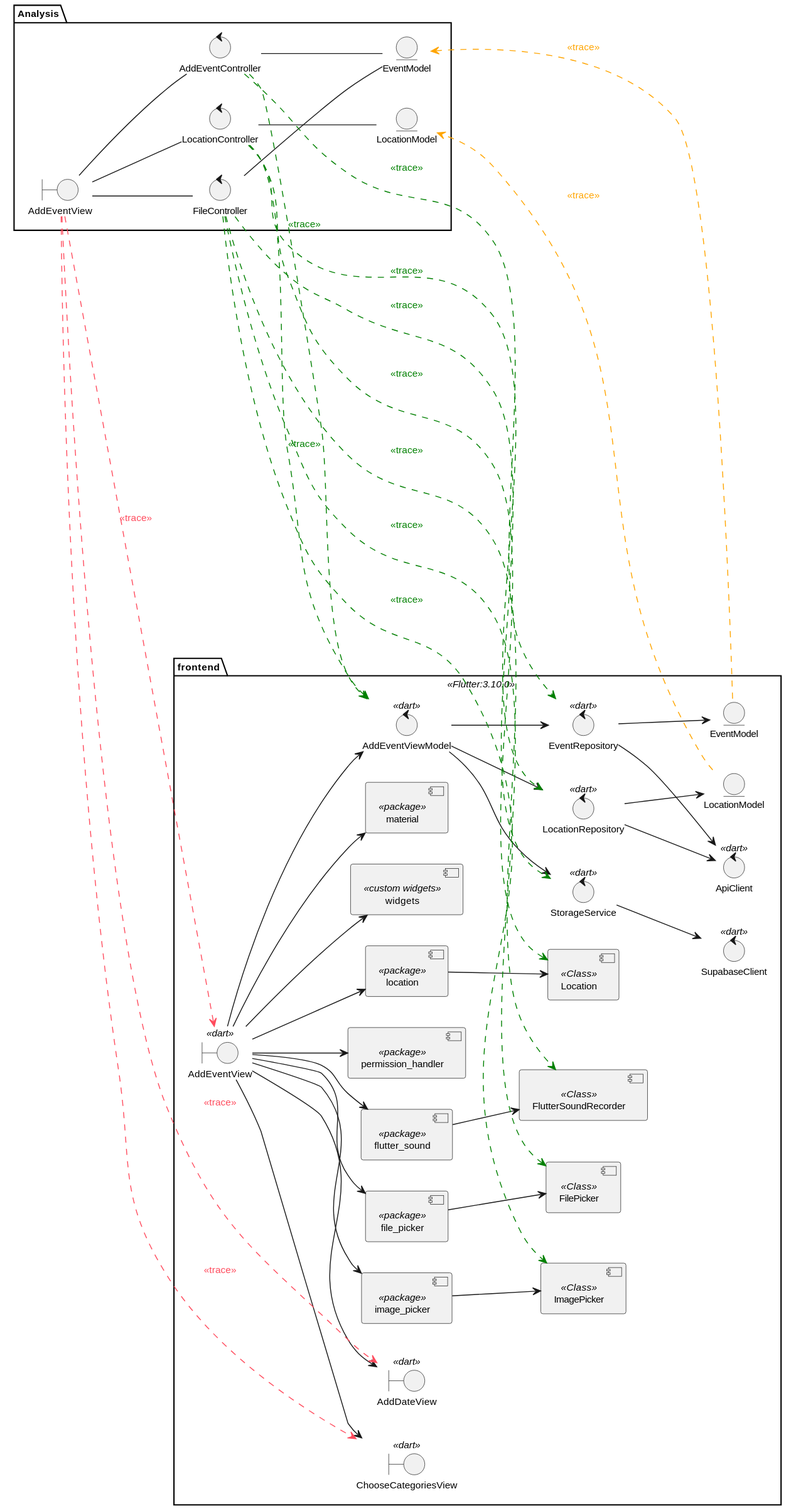
valeraruggierotesisucv/tesis-frameworks-mobile-diagrams keeps this PlantUML diagram as Diseño/Flutter/UC 6 Diseño/diagramas/TraceAnalysisClassDiagram.svg. Above is the earlier version. Its diagram source:
```plantuml
@startuml
skinparam style strictuml
left to right direction
skinparam defaultTextAlignment center
skinparam defaultFontSize 11



package Analysis {
    entity "EventModel" as eventModelAnalysis
    entity "LocationModel" as locationModelAnalysis

    boundary "AddEventView" as addEventViewAnalysis

    control "FileController" as fileController
    control "AddEventController" as addEventController
    control "LocationController" as locationController

    addEventViewAnalysis -- addEventController
    addEventViewAnalysis -- locationController
    addEventViewAnalysis -- fileController

    addEventController -- eventModelAnalysis
    fileController -- eventModelAnalysis
    locationController -- locationModelAnalysis
}

package frontend <<Flutter:3.10.0>>{
    boundary "AddEventView" as addEventView << dart >>
    boundary "AddDateView" as addDateView << dart >>
    boundary "ChooseCategoriesView" as chooseCategoriesView << dart >>

    component "widgets" as widgets <<custom widgets>>
    component "material" as material <<package>>
    component "location" as locationPackage <<package>>
    component "file_picker" as flutterFilePicker <<package>>
    component "flutter_sound" as flutterSound <<package>>
    component "permission_handler" as permissionHandler <<package>>
    component "image_picker" as flutterImagePicker <<package>>

    component "Location" as location <<Class>>
    component "FilePicker" as filePicker <<Class>>
    component "FlutterSoundRecorder" as flutterSoundRecorder <<Class>>
    component "ImagePicker" as imagePicker <<Class>>

    control "EventRepository" as eventRepository << dart >>
    control "LocationRepository" as locationRepository << dart >>
    control "StorageService" as storageService << dart >>

    control "ApiClient" as apiClient << dart >>
    control "SupabaseClient" as supabaseClient << dart >>
    control "AddEventViewModel" as addEventViewModel << dart >>

    entity "EventModel" as eventModel
    entity "LocationModel" as locationModel
}




addEventView --> addDateView
addEventView --> chooseCategoriesView
addEventView --> widgets
addEventView --> material
addEventView --> locationPackage
addEventView --> flutterFilePicker
addEventView --> flutterSound
addEventView --> permissionHandler
addEventView --> flutterImagePicker
addEventView --> addEventViewModel

addEventViewModel --> eventRepository
addEventViewModel --> locationRepository
addEventViewModel --> storageService

eventRepository --> apiClient
eventRepository --> eventModel

locationRepository --> apiClient
locationRepository --> locationModel

storageService --> supabaseClient

locationPackage --> location
flutterFilePicker --> filePicker
flutterSound --> flutterSoundRecorder
flutterImagePicker --> imagePicker

addEventViewAnalysis .[#ff4b5d].> addEventView : <font color=#ff4b5d><<trace>></font>
addEventViewAnalysis .[#ff4b5d].> addDateView : <font color=#ff4b5d><<trace>></font>
addEventViewAnalysis .[#ff4b5d].> chooseCategoriesView : <font color=#ff4b5d><<trace>></font>

addEventController .[#green].> addEventViewModel : <font color=green><<trace>></font>
addEventController .[#green].> eventRepository : <font color=green><<trace>></font>
fileController .[#green].> storageService : <font color=green><<trace>></font>
locationController .[#green].> addEventViewModel : <font color=green><<trace>></font>
locationController .[#green].> locationRepository : <font color=green><<trace>></font>
locationController .[#green].> location : <font color=green><<trace>></font>
fileController .[#green].> imagePicker : <font color=green><<trace>></font>
fileController .[#green].> flutterSoundRecorder : <font color=green><<trace>></font>
fileController .[#green].> filePicker : <font color=green><<trace>></font>


eventModel .[#orange].> eventModelAnalysis : <font color=orange><<trace>></font>
locationModel .[#orange].> locationModelAnalysis : <font color=orange><<trace>></font>

@end

PlantUML version 1.2024.3(Thu Feb 15 15:40:05 VET 2024)
(GPLv2 source distribution)
Java Runtime: Java(TM) SE Runtime Environment
JVM: Java HotSpot(TM) 64-Bit Server VM
Default Encoding: UTF-8
Language: es
Country: VE
@enduml
```
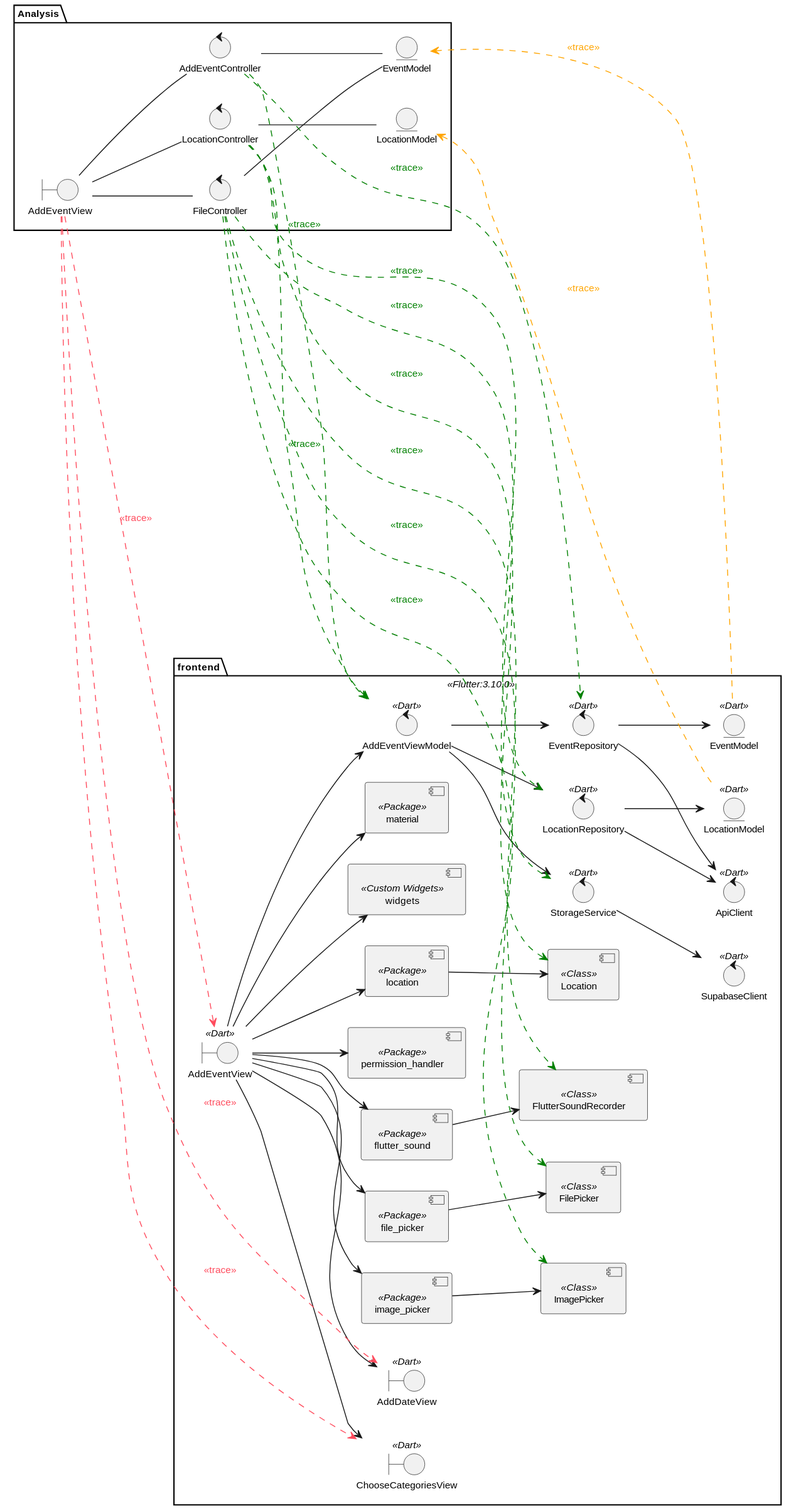
Above is the later version.

Diff of the diagram source:
```diff
@@ -26,33 +26,33 @@
 }
 
 package frontend <<Flutter:3.10.0>>{
-    boundary "AddEventView" as addEventView << dart >>
-    boundary "AddDateView" as addDateView << dart >>
-    boundary "ChooseCategoriesView" as chooseCategoriesView << dart >>
+    boundary "AddEventView" as addEventView << Dart >>
+    boundary "AddDateView" as addDateView << Dart >>
+    boundary "ChooseCategoriesView" as chooseCategoriesView << Dart >>
 
-    component "widgets" as widgets <<custom widgets>>
-    component "material" as material <<package>>
-    component "location" as locationPackage <<package>>
-    component "file_picker" as flutterFilePicker <<package>>
-    component "flutter_sound" as flutterSound <<package>>
-    component "permission_handler" as permissionHandler <<package>>
-    component "image_picker" as flutterImagePicker <<package>>
+    component "widgets" as widgets <<Custom Widgets>>
+    component "material" as material <<Package>>
+    component "location" as locationPackage <<Package>>
+    component "file_picker" as flutterFilePicker <<Package>>
+    component "flutter_sound" as flutterSound <<Package>>
+    component "permission_handler" as permissionHandler <<Package>>
+    component "image_picker" as flutterImagePicker <<Package>>
 
     component "Location" as location <<Class>>
     component "FilePicker" as filePicker <<Class>>
     component "FlutterSoundRecorder" as flutterSoundRecorder <<Class>>
     component "ImagePicker" as imagePicker <<Class>>
 
-    control "EventRepository" as eventRepository << dart >>
-    control "LocationRepository" as locationRepository << dart >>
-    control "StorageService" as storageService << dart >>
+    control "EventRepository" as eventRepository << Dart >>
+    control "LocationRepository" as locationRepository << Dart >>
+    control "StorageService" as storageService << Dart >>
 
-    control "ApiClient" as apiClient << dart >>
-    control "SupabaseClient" as supabaseClient << dart >>
-    control "AddEventViewModel" as addEventViewModel << dart >>
+    control "ApiClient" as apiClient << Dart >>
+    control "SupabaseClient" as supabaseClient << Dart >>
+    control "AddEventViewModel" as addEventViewModel << Dart >>
 
-    entity "EventModel" as eventModel
-    entity "LocationModel" as locationModel
+    entity "EventModel" as eventModel << Dart >>
+    entity "LocationModel" as locationModel << Dart >>
 }
 
 
```
